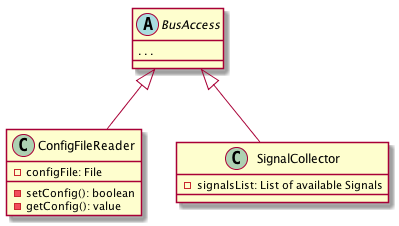
The PlantUML diagram Entwurf/diagrams/Classes_Config.png in uzdry/PSE, before a commit. Its diagram source:
```plantuml
@startuml

abstract class BusAccess{
. . .
}


class ConfigFileReader extends BusAccess{
	-configFile: File
	-setConfig(): boolean
	-getConfig(): value
}

class SignalCollector extends BusAccess{
	-signalsList: List of available Signals
}


@enduml
```
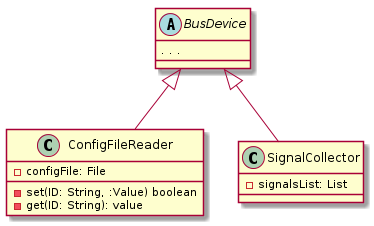
The same diagram one commit later.

Diff of the diagram source:
```diff
@@ -1,18 +1,18 @@
 @startuml
 
-abstract class BusAccess{
+abstract class BusDevice{
 . . .
 }
 
 
-class ConfigFileReader extends BusAccess{
+class ConfigFileReader extends BusDevice{
 	-configFile: File
-	-setConfig(): boolean
-	-getConfig(): value
+	-set(ID: String, :Value) boolean
+	-get(ID: String): value
 }
 
-class SignalCollector extends BusAccess{
-	-signalsList: List of available Signals
+class SignalCollector extends BusDevice{
+	-signalsList: List
 }
 
 
```
